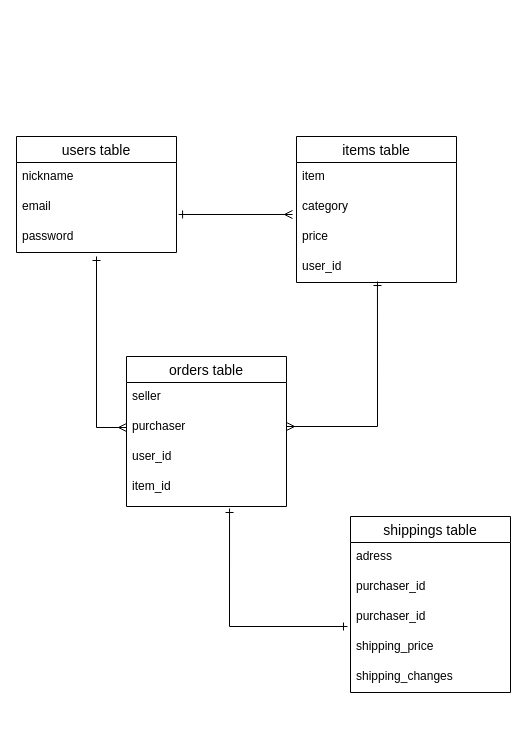
This is page "ページ1" (1 of 2) of table.dio from keiyajima01/furima-34533, a draw.io file, before an edit. Source tidied: cells renumbered, new cells numbered last; positions are measured from the earlier drawing's top-left corner, leaving out a move shared by most shapes. Both pictures are drawn from the tidied source at 100%, with x=0, y=0 at pixel (16, 136).
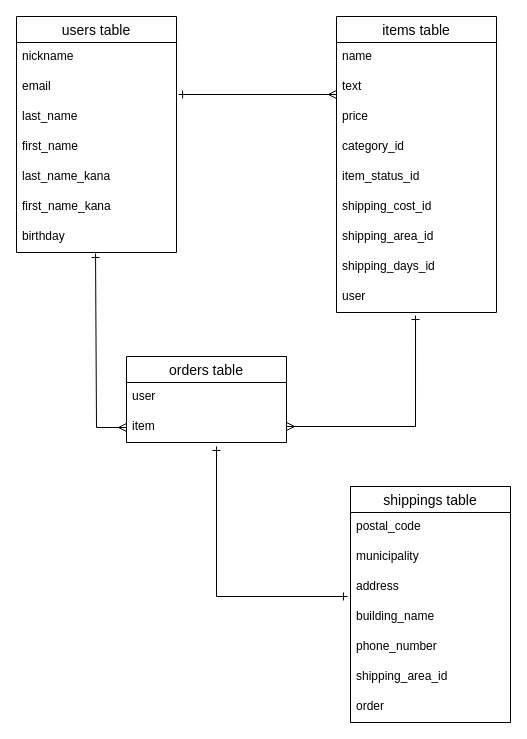
After the change.

Unchanged cells that the change refers to:
```xml
<mxCell id="4" value="email" style="text;strokeColor=none;fillColor=none;spacingLeft=4;spacingRight=4;overflow=hidden;points=[[0,0.5],[1,0.5]];portConstraint=eastwest;fontSize=12;" parent="2" vertex="1">
  <mxGeometry y="56" width="160" height="30" as="geometry" />
</mxCell>
```

Diff of the diagram source:
```diff
@@
     <mxCell id="2" value="users table" style="swimlane;fontStyle=0;horizontal=1;startSize=26;align=center;fontSize=14;" parent="1" vertex="1">
-      <mxGeometry width="160" height="116" as="geometry" />
+      <mxGeometry y="-120" width="160" height="236" as="geometry" />
     </mxCell>
@@
-    <mxCell id="5" value="password" style="text;strokeColor=none;fillColor=none;spacingLeft=4;spacingRight=4;overflow=hidden;fontSize=12;" parent="2" vertex="1">
+    <mxCell id="5" value="last_name " style="text;strokeColor=none;fillColor=none;spacingLeft=4;spacingRight=4;overflow=hidden;fontSize=12;" parent="2" vertex="1">
       <mxGeometry y="86" width="160" height="30" as="geometry" />
     </mxCell>
+    <mxCell id="27" value="first_name" style="text;strokeColor=none;fillColor=none;spacingLeft=4;spacingRight=4;overflow=hidden;fontSize=12;" parent="2" vertex="1">
+      <mxGeometry y="116" width="160" height="30" as="geometry" />
+    </mxCell>
+    <mxCell id="28" value="last_name_kana" style="text;strokeColor=none;fillColor=none;spacingLeft=4;spacingRight=4;overflow=hidden;fontSize=12;" parent="2" vertex="1">
+      <mxGeometry y="146" width="160" height="30" as="geometry" />
+    </mxCell>
+    <mxCell id="29" value="first_name_kana" style="text;strokeColor=none;fillColor=none;spacingLeft=4;spacingRight=4;overflow=hidden;fontSize=12;" parent="2" vertex="1">
+      <mxGeometry y="176" width="160" height="30" as="geometry" />
+    </mxCell>
+    <mxCell id="30" value="birthday" style="text;strokeColor=none;fillColor=none;spacingLeft=4;spacingRight=4;overflow=hidden;points=[[0,0.5],[1,0.5]];portConstraint=eastwest;fontSize=12;" parent="2" vertex="1">
+      <mxGeometry y="206" width="160" height="30" as="geometry" />
+    </mxCell>
     <mxCell id="6" value="orders table" style="swimlane;fontStyle=0;horizontal=1;startSize=26;align=center;fontSize=14;" parent="1" vertex="1">
-      <mxGeometry x="110" y="220" width="160" height="150" as="geometry" />
+      <mxGeometry x="110" y="220" width="160" height="86" as="geometry" />
     </mxCell>
-    <mxCell id="7" value="seller" style="text;strokeColor=none;fillColor=none;spacingLeft=4;spacingRight=4;overflow=hidden;fontSize=12;" parent="6" vertex="1">
+    <mxCell id="7" value="user" style="text;strokeColor=none;fillColor=none;spacingLeft=4;spacingRight=4;overflow=hidden;fontSize=12;" parent="6" vertex="1">
       <mxGeometry y="26" width="160" height="30" as="geometry" />
     </mxCell>
-    <mxCell id="8" value="purchaser" style="text;strokeColor=none;fillColor=none;spacingLeft=4;spacingRight=4;overflow=hidden;points=[[0,0.5],[1,0.5]];portConstraint=eastwest;fontSize=12;" parent="6" vertex="1">
+    <mxCell id="8" value="item" style="text;strokeColor=none;fillColor=none;spacingLeft=4;spacingRight=4;overflow=hidden;points=[[0,0.5],[1,0.5]];portConstraint=eastwest;fontSize=12;" parent="6" vertex="1">
       <mxGeometry y="56" width="160" height="30" as="geometry" />
     </mxCell>
-    <mxCell id="9" value="user_id" style="text;strokeColor=none;fillColor=none;spacingLeft=4;spacingRight=4;overflow=hidden;fontSize=12;" parent="6" vertex="1">
-      <mxGeometry y="86" width="160" height="30" as="geometry" />
-    </mxCell>
-    <mxCell id="10" value="item_id" style="text;strokeColor=none;fillColor=none;spacingLeft=4;spacingRight=4;overflow=hidden;points=[[0,0.5],[1,0.5]];portConstraint=eastwest;fontSize=12;" parent="6" vertex="1">
-      <mxGeometry y="116" width="160" height="34" as="geometry" />
-    </mxCell>
     <mxCell id="11" value="items table" style="swimlane;fontStyle=0;horizontal=1;startSize=26;align=center;fontSize=14;" parent="1" vertex="1">
-      <mxGeometry x="280" width="160" height="146" as="geometry" />
+      <mxGeometry x="320" y="-120" width="160" height="296" as="geometry" />
     </mxCell>
-    <mxCell id="12" value="item" style="text;strokeColor=none;fillColor=none;spacingLeft=4;spacingRight=4;overflow=hidden;fontSize=12;" parent="11" vertex="1">
+    <mxCell id="12" value="name" style="text;strokeColor=none;fillColor=none;spacingLeft=4;spacingRight=4;overflow=hidden;fontSize=12;" parent="11" vertex="1">
       <mxGeometry y="26" width="160" height="30" as="geometry" />
     </mxCell>
+    <mxCell id="31" value="text" style="text;strokeColor=none;fillColor=none;spacingLeft=4;spacingRight=4;overflow=hidden;fontSize=12;" parent="11" vertex="1">
+      <mxGeometry y="56" width="160" height="30" as="geometry" />
+    </mxCell>
-    <mxCell id="13" value="category" style="text;strokeColor=none;fillColor=none;spacingLeft=4;spacingRight=4;overflow=hidden;points=[[0,0.5],[1,0.5]];portConstraint=eastwest;fontSize=12;" parent="11" vertex="1">
-      <mxGeometry y="56" width="160" height="30" as="geometry" />
+    <mxCell id="13" value="price" style="text;strokeColor=none;fillColor=none;spacingLeft=4;spacingRight=4;overflow=hidden;points=[[0,0.5],[1,0.5]];portConstraint=eastwest;fontSize=12;" parent="11" vertex="1">
+      <mxGeometry y="86" width="160" height="30" as="geometry" />
     </mxCell>
-    <mxCell id="14" value="price" style="text;strokeColor=none;fillColor=none;spacingLeft=4;spacingRight=4;overflow=hidden;fontSize=12;" parent="11" vertex="1">
-      <mxGeometry y="86" width="160" height="30" as="geometry" />
+    <mxCell id="14" value="category_id" style="text;strokeColor=none;fillColor=none;spacingLeft=4;spacingRight=4;overflow=hidden;fontSize=12;" parent="11" vertex="1">
+      <mxGeometry y="116" width="160" height="30" as="geometry" />
     </mxCell>
-    <mxCell id="15" value="user_id" style="text;strokeColor=none;fillColor=none;spacingLeft=4;spacingRight=4;overflow=hidden;points=[[0,0.5],[1,0.5]];portConstraint=eastwest;fontSize=12;" parent="11" vertex="1">
-      <mxGeometry y="116" width="160" height="30" as="geometry" />
+    <mxCell id="15" value="item_status_id&#10;" style="text;strokeColor=none;fillColor=none;spacingLeft=4;spacingRight=4;overflow=hidden;points=[[0,0.5],[1,0.5]];portConstraint=eastwest;fontSize=12;" parent="11" vertex="1">
+      <mxGeometry y="146" width="160" height="30" as="geometry" />
     </mxCell>
+    <mxCell id="32" value="shipping_cost_id&#10;" style="text;strokeColor=none;fillColor=none;spacingLeft=4;spacingRight=4;overflow=hidden;fontSize=12;" parent="11" vertex="1">
+      <mxGeometry y="176" width="160" height="30" as="geometry" />
+    </mxCell>
+    <mxCell id="33" value="shipping_area_id&#10;" style="text;strokeColor=none;fillColor=none;spacingLeft=4;spacingRight=4;overflow=hidden;fontSize=12;" parent="11" vertex="1">
+      <mxGeometry y="206" width="160" height="30" as="geometry" />
+    </mxCell>
+    <mxCell id="34" value="shipping_days_id" style="text;strokeColor=none;fillColor=none;spacingLeft=4;spacingRight=4;overflow=hidden;fontSize=12;" parent="11" vertex="1">
+      <mxGeometry y="236" width="160" height="30" as="geometry" />
+    </mxCell>
+    <mxCell id="35" value="user" style="text;strokeColor=none;fillColor=none;spacingLeft=4;spacingRight=4;overflow=hidden;points=[[0,0.5],[1,0.5]];portConstraint=eastwest;fontSize=12;" parent="11" vertex="1">
+      <mxGeometry y="266" width="160" height="30" as="geometry" />
+    </mxCell>
-    <mxCell id="16" style="edgeStyle=orthogonalEdgeStyle;rounded=0;jettySize=auto;html=1;startArrow=ERmany;startFill=0;sourcePerimeterSpacing=0;endArrow=ERone;endFill=0;entryX=1.013;entryY=0.733;entryDx=0;entryDy=0;entryPerimeter=0;exitX=-0.025;exitY=0.733;exitDx=0;exitDy=0;exitPerimeter=0;" parent="1" edge="1" source="13" target="4">
-      <mxGeometry relative="1" as="geometry" />
+    <mxCell id="16" style="edgeStyle=orthogonalEdgeStyle;rounded=0;jettySize=auto;html=1;startArrow=ERmany;startFill=0;sourcePerimeterSpacing=0;endArrow=ERone;endFill=0;entryX=1.013;entryY=0.733;entryDx=0;entryDy=0;entryPerimeter=0;" parent="1" edge="1" target="4">
+      <mxGeometry relative="1" as="geometry">
+        <mxPoint x="320" y="-42" as="sourcePoint" />
+        <Array as="points">
+          <mxPoint x="320" y="-42" />
+        </Array>
+      </mxGeometry>
     </mxCell>
-    <mxCell id="17" style="edgeStyle=orthogonalEdgeStyle;rounded=0;jettySize=auto;html=1;startArrow=ERmany;startFill=0;sourcePerimeterSpacing=0;endArrow=ERone;endFill=0;exitX=0;exitY=0.5;exitDx=0;exitDy=0;" parent="1" edge="1" source="8">
+    <mxCell id="17" style="edgeStyle=orthogonalEdgeStyle;rounded=0;jettySize=auto;html=1;startArrow=ERmany;startFill=0;sourcePerimeterSpacing=0;endArrow=ERone;endFill=0;exitX=0;exitY=0.5;exitDx=0;exitDy=0;entryX=0.494;entryY=1.033;entryDx=0;entryDy=0;entryPerimeter=0;" parent="1" edge="1" source="8" target="30">
       <mxGeometry relative="1" as="geometry">
-        <mxPoint x="80" y="120" as="targetPoint" />
         <Array as="points">
           <mxPoint x="80" y="291" />
         </Array>
       </mxGeometry>
     </mxCell>
-    <mxCell id="18" style="edgeStyle=orthogonalEdgeStyle;rounded=0;jettySize=auto;html=1;startArrow=ERmany;startFill=0;sourcePerimeterSpacing=0;endArrow=ERone;endFill=0;entryX=0.506;entryY=0.967;entryDx=0;entryDy=0;entryPerimeter=0;" parent="1" edge="1" source="8" target="15">
+    <mxCell id="18" style="edgeStyle=orthogonalEdgeStyle;rounded=0;jettySize=auto;html=1;startArrow=ERmany;startFill=0;sourcePerimeterSpacing=0;endArrow=ERone;endFill=0;entryX=0.494;entryY=1.1;entryDx=0;entryDy=0;entryPerimeter=0;" parent="1" edge="1" source="8" target="35">
       <mxGeometry relative="1" as="geometry">
         <Array as="points">
-          <mxPoint x="361" y="290" />
+          <mxPoint x="399" y="290" />
         </Array>
       </mxGeometry>
     </mxCell>
     <mxCell id="19" value="shippings table" style="swimlane;fontStyle=0;horizontal=1;startSize=26;align=center;fontSize=14;" parent="1" vertex="1">
-      <mxGeometry x="334" y="380" width="160" height="176" as="geometry" />
+      <mxGeometry x="334" y="350" width="160" height="236" as="geometry" />
     </mxCell>
-    <mxCell id="20" value="adress" style="text;strokeColor=none;fillColor=none;spacingLeft=4;spacingRight=4;overflow=hidden;fontSize=12;" parent="19" vertex="1">
+    <mxCell id="20" value="postal_code" style="text;strokeColor=none;fillColor=none;spacingLeft=4;spacingRight=4;overflow=hidden;fontSize=12;" parent="19" vertex="1">
       <mxGeometry y="26" width="160" height="30" as="geometry" />
     </mxCell>
-    <mxCell id="21" value="purchaser_id" style="text;strokeColor=none;fillColor=none;spacingLeft=4;spacingRight=4;overflow=hidden;points=[[0,0.5],[1,0.5]];portConstraint=eastwest;fontSize=12;" parent="19" vertex="1">
+    <mxCell id="21" value="municipality" style="text;strokeColor=none;fillColor=none;spacingLeft=4;spacingRight=4;overflow=hidden;points=[[0,0.5],[1,0.5]];portConstraint=eastwest;fontSize=12;" parent="19" vertex="1">
       <mxGeometry y="56" width="160" height="30" as="geometry" />
     </mxCell>
-    <mxCell id="22" value="purchaser_id" style="text;strokeColor=none;fillColor=none;spacingLeft=4;spacingRight=4;overflow=hidden;points=[[0,0.5],[1,0.5]];portConstraint=eastwest;fontSize=12;" parent="19" vertex="1">
+    <mxCell id="22" value="address" style="text;strokeColor=none;fillColor=none;spacingLeft=4;spacingRight=4;overflow=hidden;points=[[0,0.5],[1,0.5]];portConstraint=eastwest;fontSize=12;" parent="19" vertex="1">
       <mxGeometry y="86" width="160" height="30" as="geometry" />
     </mxCell>
-    <mxCell id="23" value="shipping_price" style="text;strokeColor=none;fillColor=none;spacingLeft=4;spacingRight=4;overflow=hidden;fontSize=12;" parent="19" vertex="1">
+    <mxCell id="23" value="building_name" style="text;strokeColor=none;fillColor=none;spacingLeft=4;spacingRight=4;overflow=hidden;fontSize=12;" parent="19" vertex="1">
       <mxGeometry y="116" width="160" height="30" as="geometry" />
     </mxCell>
-    <mxCell id="24" value="shipping_changes" style="text;strokeColor=none;fillColor=none;spacingLeft=4;spacingRight=4;overflow=hidden;fontSize=12;" parent="19" vertex="1">
+    <mxCell id="24" value="phone_number" style="text;strokeColor=none;fillColor=none;spacingLeft=4;spacingRight=4;overflow=hidden;fontSize=12;" parent="19" vertex="1">
       <mxGeometry y="146" width="160" height="30" as="geometry" />
     </mxCell>
+    <mxCell id="36" value="shipping_area_id" style="text;strokeColor=none;fillColor=none;spacingLeft=4;spacingRight=4;overflow=hidden;fontSize=12;" parent="19" vertex="1">
+      <mxGeometry y="176" width="160" height="30" as="geometry" />
+    </mxCell>
+    <mxCell id="37" value="order" style="text;strokeColor=none;fillColor=none;spacingLeft=4;spacingRight=4;overflow=hidden;fontSize=12;" parent="19" vertex="1">
+      <mxGeometry y="206" width="160" height="30" as="geometry" />
+    </mxCell>
@@
-    <mxCell id="26" style="edgeStyle=orthogonalEdgeStyle;rounded=0;jettySize=auto;html=1;startArrow=ERone;startFill=0;sourcePerimeterSpacing=0;endArrow=ERone;endFill=0;entryX=0.644;entryY=1.059;entryDx=0;entryDy=0;entryPerimeter=0;exitX=-0.019;exitY=0.8;exitDx=0;exitDy=0;exitPerimeter=0;" parent="1" edge="1" source="22" target="10">
+    <mxCell id="26" style="edgeStyle=orthogonalEdgeStyle;rounded=0;jettySize=auto;html=1;startArrow=ERone;startFill=0;sourcePerimeterSpacing=0;endArrow=ERone;endFill=0;exitX=-0.019;exitY=0.8;exitDx=0;exitDy=0;exitPerimeter=0;" parent="1" edge="1" source="22">
       <mxGeometry relative="1" as="geometry">
+        <mxPoint x="200" y="310" as="targetPoint" />
         <Array as="points">
-          <mxPoint x="213" y="490" />
+          <mxPoint x="200" y="460" />
         </Array>
       </mxGeometry>
     </mxCell>
```
